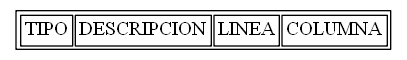
AndreeAvalos/OLC2-AUGUS keeps this Graphviz diagram as ESemanticos.png. Above is the earlier version. Its source is kept beside it as ESemanticos.dot.
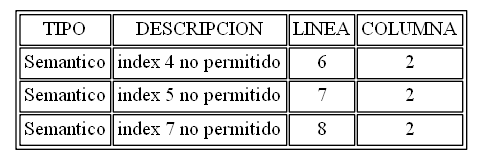
After the change.

The edit, as a diff of the source:
```diff
@@ -3,6 +3,9 @@
 graph [bb="0,0,352,154"];
 arset [label=<<TABLE ALIGN="LEFT">
 <TR><TD>TIPO</TD><TD>DESCRIPCION</TD><TD>LINEA</TD><TD>COLUMNA</TD></TR>
+<TR><TD>Semantico</TD><TD>index 4 no permitido</TD><TD>6</TD><TD>2</TD></TR>
+<TR><TD>Semantico</TD><TD>index 5 no permitido</TD><TD>7</TD><TD>2</TD></TR>
+<TR><TD>Semantico</TD><TD>index 7 no permitido</TD><TD>8</TD><TD>2</TD></TR>
 </TABLE>
 >, ];
 }
```
